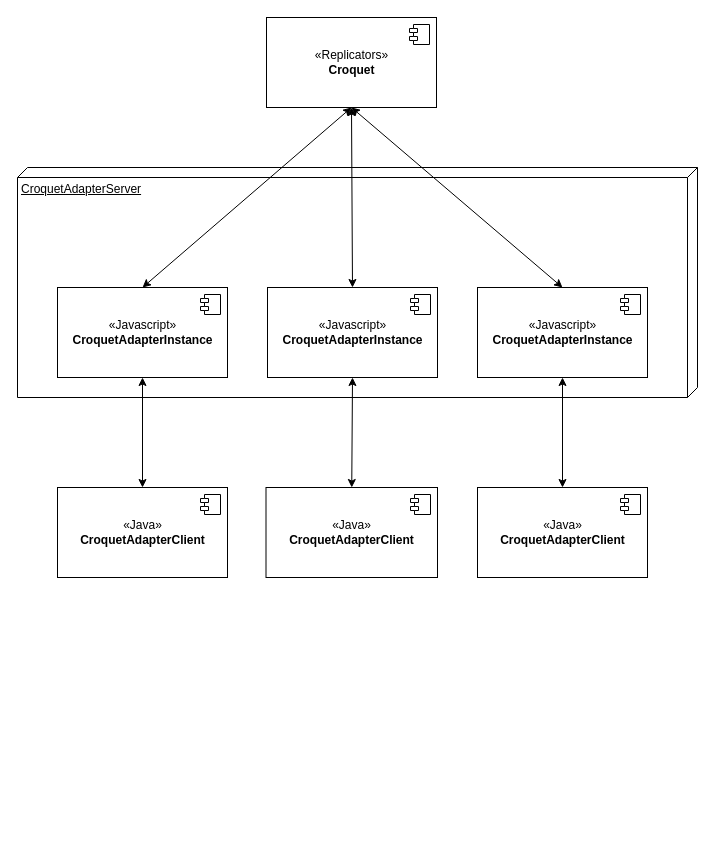
Before: croquet.drawio in alemazzo/croquet-adapter, a draw.io diagram. Source tidied: cells renumbered, new cells numbered last; positions are measured from the earlier drawing's top-left corner, leaving out a move shared by most shapes. Both pictures are drawn from the tidied source at 100%, with x=0, y=0 at pixel (17, 17).
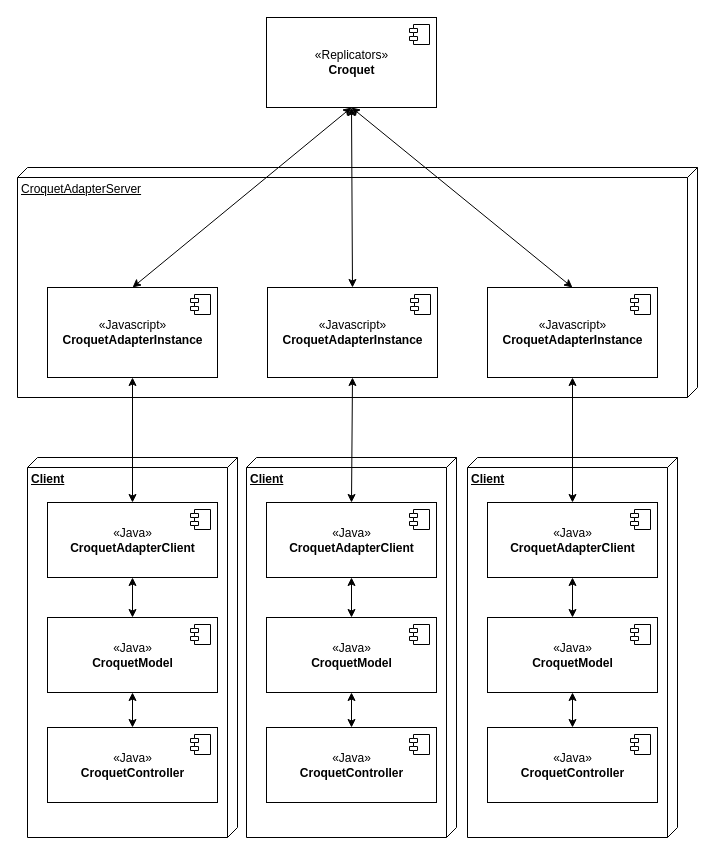
Above is the later version.

Unchanged cells that the change refers to:
```xml
<mxCell id="18" value="«Javascript»&lt;br&gt;&lt;b&gt;CroquetAdapterInstance&lt;/b&gt;" style="html=1;" parent="1" vertex="1">
  <mxGeometry x="250" y="270" width="170" height="90" as="geometry" />
</mxCell>
```

Diff of the diagram source:
```diff
@@
+    <mxCell id="23" value="&lt;b style=&quot;text-align: center;&quot;&gt;Client&lt;/b&gt;" style="verticalAlign=top;align=left;spacingTop=8;spacingLeft=2;spacingRight=12;shape=cube;size=10;direction=south;fontStyle=4;html=1;" parent="1" vertex="1">
+      <mxGeometry x="10" y="440" width="210" height="380" as="geometry" />
+    </mxCell>
@@
     <mxCell id="4" value="«Javascript»&lt;br&gt;&lt;b&gt;CroquetAdapterInstance&lt;/b&gt;" style="html=1;" parent="1" vertex="1">
-      <mxGeometry x="40" y="270" width="170" height="90" as="geometry" />
+      <mxGeometry x="30" y="270" width="170" height="90" as="geometry" />
     </mxCell>
@@
     <mxCell id="7" value="«Java»&lt;br&gt;&lt;b&gt;CroquetAdapterClient&lt;/b&gt;" style="html=1;" parent="1" vertex="1">
-      <mxGeometry x="40" y="470" width="170" height="90" as="geometry" />
+      <mxGeometry x="30" y="485" width="170" height="75" as="geometry" />
     </mxCell>
@@
     <mxCell id="10" value="«Javascript»&lt;br&gt;&lt;b&gt;CroquetAdapterInstance&lt;/b&gt;" style="html=1;" parent="1" vertex="1">
-      <mxGeometry x="460" y="270" width="170" height="90" as="geometry" />
+      <mxGeometry x="470" y="270" width="170" height="90" as="geometry" />
     </mxCell>
@@
-    <mxCell id="12" style="edgeStyle=none;rounded=0;jettySize=auto;html=1;exitX=0.5;exitY=0;exitDx=0;exitDy=0;entryX=0.5;entryY=1;entryDx=0;entryDy=0;startArrow=classic;startFill=1;" parent="1" edge="1" source="13" target="10">
-      <mxGeometry relative="1" as="geometry" />
-    </mxCell>
-    <mxCell id="13" value="«Java»&lt;br&gt;&lt;b&gt;CroquetAdapterClient&lt;/b&gt;" style="html=1;" parent="1" vertex="1">
-      <mxGeometry x="460" y="470" width="170" height="90" as="geometry" />
-    </mxCell>
-    <mxCell id="14" style="shape=module;jettyWidth=8;jettyHeight=4;" parent="13" vertex="1">
-      <mxGeometry x="1" width="20" height="20" relative="1" as="geometry">
-        <mxPoint x="-27" y="7" as="offset" />
-      </mxGeometry>
-    </mxCell>
@@
-    <mxCell id="20" style="edgeStyle=none;rounded=0;jettySize=auto;html=1;exitX=0.5;exitY=0;exitDx=0;exitDy=0;entryX=0.5;entryY=1;entryDx=0;entryDy=0;startArrow=classic;startFill=1;" parent="1" edge="1" source="21" target="18">
-      <mxGeometry relative="1" as="geometry" />
-    </mxCell>
-    <mxCell id="21" value="«Java»&lt;br&gt;&lt;b&gt;CroquetAdapterClient&lt;/b&gt;" style="html=1;" parent="1" vertex="1">
-      <mxGeometry x="248.5" y="470" width="171.5" height="90" as="geometry" />
-    </mxCell>
-    <mxCell id="22" style="shape=module;jettyWidth=8;jettyHeight=4;" parent="21" vertex="1">
-      <mxGeometry x="1" width="20" height="20" relative="1" as="geometry">
-        <mxPoint x="-27" y="7" as="offset" />
-      </mxGeometry>
-    </mxCell>
+    <mxCell id="24" style="edgeStyle=none;rounded=0;jettySize=auto;html=1;exitX=0.5;exitY=0;exitDx=0;exitDy=0;entryX=0.5;entryY=1;entryDx=0;entryDy=0;startArrow=classic;startFill=1;" parent="1" edge="1" source="25" target="7">
+      <mxGeometry relative="1" as="geometry" />
+    </mxCell>
+    <mxCell id="25" value="«Java»&lt;br&gt;&lt;b&gt;CroquetModel&lt;/b&gt;" style="html=1;" parent="1" vertex="1">
+      <mxGeometry x="30" y="600" width="170" height="75" as="geometry" />
+    </mxCell>
+    <mxCell id="26" style="shape=module;jettyWidth=8;jettyHeight=4;" parent="25" vertex="1">
+      <mxGeometry x="1" width="20" height="20" relative="1" as="geometry">
+        <mxPoint x="-27" y="7" as="offset" />
+      </mxGeometry>
+    </mxCell>
+    <mxCell id="27" style="edgeStyle=none;rounded=0;jettySize=auto;html=1;exitX=0.5;exitY=0;exitDx=0;exitDy=0;entryX=0.5;entryY=1;entryDx=0;entryDy=0;startArrow=classic;startFill=1;" parent="1" edge="1" source="28" target="25">
+      <mxGeometry relative="1" as="geometry" />
+    </mxCell>
+    <mxCell id="28" value="«Java»&lt;br&gt;&lt;b&gt;CroquetController&lt;/b&gt;" style="html=1;" parent="1" vertex="1">
+      <mxGeometry x="30" y="710" width="170" height="75" as="geometry" />
+    </mxCell>
+    <mxCell id="29" style="shape=module;jettyWidth=8;jettyHeight=4;" parent="28" vertex="1">
+      <mxGeometry x="1" width="20" height="20" relative="1" as="geometry">
+        <mxPoint x="-27" y="7" as="offset" />
+      </mxGeometry>
+    </mxCell>
+    <mxCell id="30" value="&lt;b style=&quot;text-align: center;&quot;&gt;Client&lt;/b&gt;" style="verticalAlign=top;align=left;spacingTop=8;spacingLeft=2;spacingRight=12;shape=cube;size=10;direction=south;fontStyle=4;html=1;" parent="1" vertex="1">
+      <mxGeometry x="229" y="440" width="210" height="380" as="geometry" />
+    </mxCell>
+    <mxCell id="31" style="edgeStyle=none;rounded=0;jettySize=auto;html=1;exitX=0.5;exitY=0;exitDx=0;exitDy=0;entryX=0.5;entryY=1;entryDx=0;entryDy=0;startArrow=classic;startFill=1;" parent="1" edge="1" source="32" target="18">
+      <mxGeometry relative="1" as="geometry" />
+    </mxCell>
+    <mxCell id="32" value="«Java»&lt;br&gt;&lt;b&gt;CroquetAdapterClient&lt;/b&gt;" style="html=1;" parent="1" vertex="1">
+      <mxGeometry x="249" y="485" width="170" height="75" as="geometry" />
+    </mxCell>
+    <mxCell id="33" style="shape=module;jettyWidth=8;jettyHeight=4;" parent="32" vertex="1">
+      <mxGeometry x="1" width="20" height="20" relative="1" as="geometry">
+        <mxPoint x="-27" y="7" as="offset" />
+      </mxGeometry>
+    </mxCell>
+    <mxCell id="34" style="edgeStyle=none;rounded=0;jettySize=auto;html=1;exitX=0.5;exitY=0;exitDx=0;exitDy=0;entryX=0.5;entryY=1;entryDx=0;entryDy=0;startArrow=classic;startFill=1;" parent="1" edge="1" source="35" target="32">
+      <mxGeometry relative="1" as="geometry" />
+    </mxCell>
+    <mxCell id="35" value="«Java»&lt;br&gt;&lt;b&gt;CroquetModel&lt;/b&gt;" style="html=1;" parent="1" vertex="1">
+      <mxGeometry x="249" y="600" width="170" height="75" as="geometry" />
+    </mxCell>
+    <mxCell id="36" style="shape=module;jettyWidth=8;jettyHeight=4;" parent="35" vertex="1">
+      <mxGeometry x="1" width="20" height="20" relative="1" as="geometry">
+        <mxPoint x="-27" y="7" as="offset" />
+      </mxGeometry>
+    </mxCell>
+    <mxCell id="37" style="edgeStyle=none;rounded=0;jettySize=auto;html=1;exitX=0.5;exitY=0;exitDx=0;exitDy=0;entryX=0.5;entryY=1;entryDx=0;entryDy=0;startArrow=classic;startFill=1;" parent="1" edge="1" source="38" target="35">
+      <mxGeometry relative="1" as="geometry" />
+    </mxCell>
+    <mxCell id="38" value="«Java»&lt;br&gt;&lt;b&gt;CroquetController&lt;/b&gt;" style="html=1;" parent="1" vertex="1">
+      <mxGeometry x="249" y="710" width="170" height="75" as="geometry" />
+    </mxCell>
+    <mxCell id="39" style="shape=module;jettyWidth=8;jettyHeight=4;" parent="38" vertex="1">
+      <mxGeometry x="1" width="20" height="20" relative="1" as="geometry">
+        <mxPoint x="-27" y="7" as="offset" />
+      </mxGeometry>
+    </mxCell>
+    <mxCell id="40" value="&lt;b style=&quot;text-align: center;&quot;&gt;Client&lt;/b&gt;" style="verticalAlign=top;align=left;spacingTop=8;spacingLeft=2;spacingRight=12;shape=cube;size=10;direction=south;fontStyle=4;html=1;" parent="1" vertex="1">
+      <mxGeometry x="450" y="440" width="210" height="380" as="geometry" />
+    </mxCell>
+    <mxCell id="41" style="edgeStyle=none;rounded=0;jettySize=auto;html=1;exitX=0.5;exitY=0;exitDx=0;exitDy=0;entryX=0.5;entryY=1;entryDx=0;entryDy=0;startArrow=classic;startFill=1;" parent="1" edge="1" source="42" target="10">
+      <mxGeometry relative="1" as="geometry" />
+    </mxCell>
+    <mxCell id="42" value="«Java»&lt;br&gt;&lt;b&gt;CroquetAdapterClient&lt;/b&gt;" style="html=1;" parent="1" vertex="1">
+      <mxGeometry x="470" y="485" width="170" height="75" as="geometry" />
+    </mxCell>
+    <mxCell id="43" style="shape=module;jettyWidth=8;jettyHeight=4;" parent="42" vertex="1">
+      <mxGeometry x="1" width="20" height="20" relative="1" as="geometry">
+        <mxPoint x="-27" y="7" as="offset" />
+      </mxGeometry>
+    </mxCell>
+    <mxCell id="44" style="edgeStyle=none;rounded=0;jettySize=auto;html=1;exitX=0.5;exitY=0;exitDx=0;exitDy=0;entryX=0.5;entryY=1;entryDx=0;entryDy=0;startArrow=classic;startFill=1;" parent="1" edge="1" source="45" target="42">
+      <mxGeometry relative="1" as="geometry" />
+    </mxCell>
+    <mxCell id="45" value="«Java»&lt;br&gt;&lt;b&gt;CroquetModel&lt;/b&gt;" style="html=1;" parent="1" vertex="1">
+      <mxGeometry x="470" y="600" width="170" height="75" as="geometry" />
+    </mxCell>
+    <mxCell id="46" style="shape=module;jettyWidth=8;jettyHeight=4;" parent="45" vertex="1">
+      <mxGeometry x="1" width="20" height="20" relative="1" as="geometry">
+        <mxPoint x="-27" y="7" as="offset" />
+      </mxGeometry>
+    </mxCell>
+    <mxCell id="47" style="edgeStyle=none;rounded=0;jettySize=auto;html=1;exitX=0.5;exitY=0;exitDx=0;exitDy=0;entryX=0.5;entryY=1;entryDx=0;entryDy=0;startArrow=classic;startFill=1;" parent="1" edge="1" source="48" target="45">
+      <mxGeometry relative="1" as="geometry" />
+    </mxCell>
+    <mxCell id="48" value="«Java»&lt;br&gt;&lt;b&gt;CroquetController&lt;/b&gt;" style="html=1;" parent="1" vertex="1">
+      <mxGeometry x="470" y="710" width="170" height="75" as="geometry" />
+    </mxCell>
+    <mxCell id="49" style="shape=module;jettyWidth=8;jettyHeight=4;" parent="48" vertex="1">
+      <mxGeometry x="1" width="20" height="20" relative="1" as="geometry">
+        <mxPoint x="-27" y="7" as="offset" />
+      </mxGeometry>
+    </mxCell>
```
